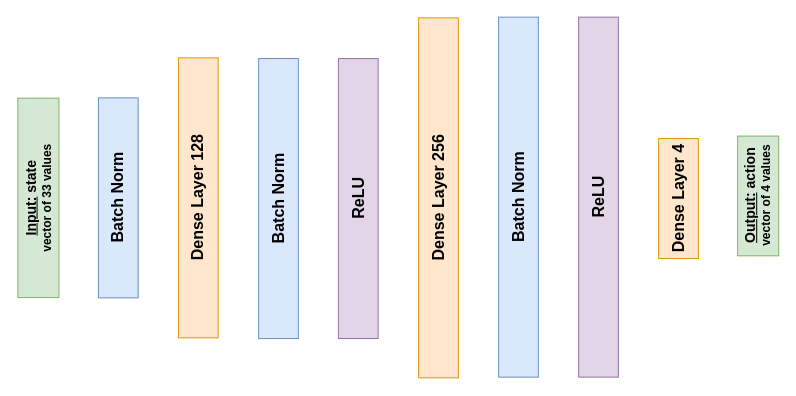
Earlier version of the draw.io diagram Actor.drawio (drormeir/ReacherRL). Source tidied: cells renumbered, new cells numbered last; positions are measured from the earlier drawing's top-left corner, leaving out a move shared by most shapes. Both pictures are drawn from the tidied source at 100%, with x=0, y=0 at pixel (-62, 175).
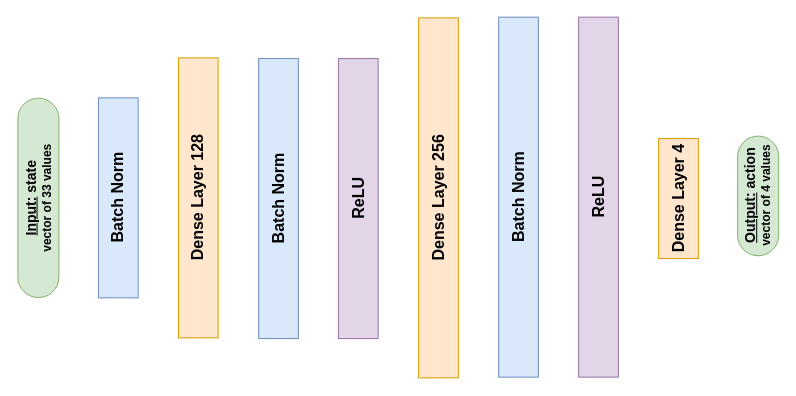
The same page after the edit.

Change to the diagram source:
```diff
@@
 <mxGraphModel>
   <root>
     <mxCell id="0" />
     <mxCell id="1" parent="0" />
-    <mxCell id="2" value="&lt;b&gt;&lt;u style=&quot;font-size: 14px&quot;&gt;Input:&lt;/u&gt;&lt;span style=&quot;font-size: 14px&quot;&gt;&amp;nbsp;state&lt;/span&gt;&lt;br&gt;&lt;font style=&quot;font-size: 12px&quot;&gt;vector of 33 values&lt;/font&gt;&lt;/b&gt;" style="rounded=0;whiteSpace=wrap;html=1;rotation=-90;fillColor=#d5e8d4;strokeColor=#82b366;" parent="1" vertex="1">
+    <mxCell id="2" value="&lt;b&gt;&lt;u style=&quot;font-size: 14px&quot;&gt;Input:&lt;/u&gt;&lt;span style=&quot;font-size: 14px&quot;&gt;&amp;nbsp;state&lt;/span&gt;&lt;br&gt;&lt;font style=&quot;font-size: 12px&quot;&gt;vector of 33 values&lt;/font&gt;&lt;/b&gt;" style="rounded=1;whiteSpace=wrap;html=1;rotation=-90;fillColor=#d5e8d4;strokeColor=#82b366;arcSize=50;" parent="1" vertex="1">
       <mxGeometry x="0.2" y="1.8" width="199.4" height="41.1" as="geometry" />
     </mxCell>
     <mxCell id="3" value="&lt;b&gt;&lt;font style=&quot;font-size: 16px&quot;&gt;Batch Norm&lt;/font&gt;&lt;/b&gt;" style="rounded=0;whiteSpace=wrap;html=1;fillColor=#dae8fc;strokeColor=#6c8ebf;rotation=-90;" parent="1" vertex="1">
       <mxGeometry x="79.8" y="2.5" width="200" height="39.7" as="geometry" />
     </mxCell>
     <mxCell id="4" value="&lt;b&gt;&lt;font style=&quot;font-size: 16px&quot;&gt;Dense Layer 128&lt;/font&gt;&lt;/b&gt;" style="rounded=0;whiteSpace=wrap;html=1;fillColor=#ffe6cc;strokeColor=#d79b00;rotation=-90;" parent="1" vertex="1">
       <mxGeometry x="119.8" y="2.5" width="280" height="39.7" as="geometry" />
     </mxCell>
     <mxCell id="5" value="&lt;b&gt;&lt;font style=&quot;font-size: 16px&quot;&gt;Batch Norm&lt;/font&gt;&lt;/b&gt;" style="rounded=0;whiteSpace=wrap;html=1;fillColor=#dae8fc;strokeColor=#6c8ebf;rotation=-90;" parent="1" vertex="1">
       <mxGeometry x="200" y="3.2" width="280" height="39.7" as="geometry" />
     </mxCell>
     <mxCell id="6" value="&lt;b&gt;&lt;font style=&quot;font-size: 16px&quot;&gt;ReLU&lt;br&gt;&lt;/font&gt;&lt;/b&gt;" style="rounded=0;whiteSpace=wrap;html=1;fillColor=#e1d5e7;strokeColor=#9673a6;rotation=-90;" parent="1" vertex="1">
       <mxGeometry x="279.8" y="3.2" width="280" height="39.7" as="geometry" />
     </mxCell>
     <mxCell id="7" value="&lt;b&gt;&lt;font style=&quot;font-size: 16px&quot;&gt;Dense Layer 256&lt;/font&gt;&lt;/b&gt;" style="rounded=0;whiteSpace=wrap;html=1;fillColor=#ffe6cc;strokeColor=#d79b00;rotation=-90;" parent="1" vertex="1">
       <mxGeometry x="320" y="2.5" width="360" height="39.7" as="geometry" />
     </mxCell>
     <mxCell id="8" value="&lt;b&gt;&lt;font style=&quot;font-size: 16px&quot;&gt;Batch Norm&lt;/font&gt;&lt;/b&gt;" style="rounded=0;whiteSpace=wrap;html=1;fillColor=#dae8fc;strokeColor=#6c8ebf;rotation=-90;" parent="1" vertex="1">
       <mxGeometry x="400" y="1.8" width="360" height="39.7" as="geometry" />
     </mxCell>
     <mxCell id="9" value="&lt;b&gt;&lt;font style=&quot;font-size: 16px&quot;&gt;ReLU&lt;br&gt;&lt;/font&gt;&lt;/b&gt;" style="rounded=0;whiteSpace=wrap;html=1;fillColor=#e1d5e7;strokeColor=#9673a6;rotation=-90;" parent="1" vertex="1">
       <mxGeometry x="480" y="1.8" width="360" height="39.7" as="geometry" />
     </mxCell>
-    <mxCell id="10" value="&lt;b&gt;&lt;u style=&quot;font-size: 14px&quot;&gt;Output:&lt;/u&gt;&lt;span style=&quot;font-size: 14px&quot;&gt;&amp;nbsp;action&lt;/span&gt;&lt;br&gt;&lt;font style=&quot;font-size: 12px&quot;&gt;vector of 4 values&lt;/font&gt;&lt;/b&gt;" style="rounded=0;whiteSpace=wrap;html=1;rotation=-90;fillColor=#d5e8d4;strokeColor=#82b366;" parent="1" vertex="1">
+    <mxCell id="10" value="&lt;b&gt;&lt;u style=&quot;font-size: 14px&quot;&gt;Output:&lt;/u&gt;&lt;span style=&quot;font-size: 14px&quot;&gt;&amp;nbsp;action&lt;/span&gt;&lt;br&gt;&lt;font style=&quot;font-size: 12px&quot;&gt;vector of 4 values&lt;/font&gt;&lt;/b&gt;" style="rounded=1;whiteSpace=wrap;html=1;rotation=-90;fillColor=#d5e8d4;strokeColor=#82b366;arcSize=50;" parent="1" vertex="1">
       <mxGeometry x="759.8" y="-0.1" width="119.7" height="41.1" as="geometry" />
     </mxCell>
     <mxCell id="11" value="&lt;b&gt;&lt;font style=&quot;font-size: 16px&quot;&gt;Dense Layer 4&lt;/font&gt;&lt;/b&gt;" style="rounded=0;whiteSpace=wrap;html=1;fillColor=#ffe6cc;strokeColor=#d79b00;rotation=-90;" parent="1" vertex="1">
       <mxGeometry x="680" y="3.2" width="120" height="39.7" as="geometry" />
     </mxCell>
   </root>
 </mxGraphModel>
```
